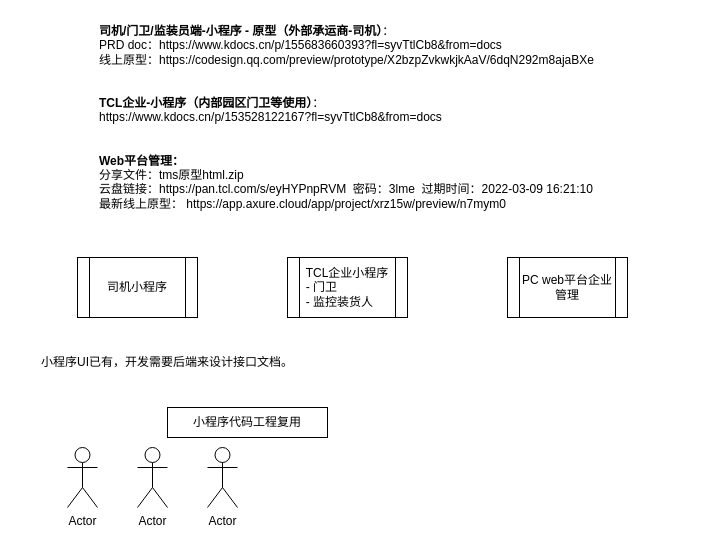
Above: page "触点端" (1 of 11) of TMS.drawio in lawplus/diagrams (draw.io), before the change. Source tidied: cells renumbered, new cells numbered last; positions are measured from the earlier drawing's top-left corner, leaving out a move shared by most shapes. Both pictures are drawn from the tidied source at 100%, with x=0, y=0 at pixel (17, 17).
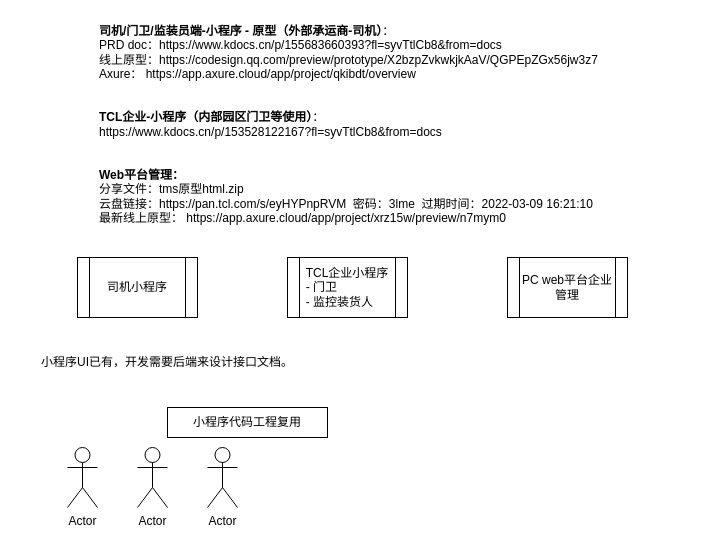
The same diagram, later.

Change to the diagram source:
```diff
@@
 <mxGraphModel>
   <root>
     <mxCell id="0" />
     <mxCell id="1" parent="0" />
-    <mxCell id="2" value="&lt;b&gt;司机/门卫/监装员端-小程序 - 原型（外部承运商-司机）&lt;/b&gt;：&amp;nbsp;&lt;br&gt;PRD doc：https://www.kdocs.cn/p/155683660393?fl=syvTtlCb8&amp;amp;from=docs &lt;br&gt;线上原型：https://codesign.qq.com/preview/prototype/X2bzpZvkwkjkAaV/6dqN292m8ajaBXe&lt;br&gt;&lt;br&gt;&lt;br&gt;&lt;b&gt;TCL企业-小程序（内部园区门卫等使用）&lt;/b&gt;：&lt;br&gt;https://www.kdocs.cn/p/153528122167?fl=syvTtlCb8&amp;amp;from=docs&lt;br&gt;&lt;br&gt;&lt;br&gt;&lt;b&gt;Web平台管理：&lt;/b&gt;&lt;br&gt;&lt;div&gt;分享文件：tms原型html.zip&lt;/div&gt;&lt;div&gt;云盘链接：https://pan.tcl.com/s/eyHYPnpRVM&amp;nbsp; 密码：3lme&amp;nbsp; 过期时间：2022-03-09 16:21:10&lt;/div&gt;&lt;div&gt;最新线上原型：&amp;nbsp;https://app.axure.cloud/app/project/xrz15w/preview/n7mym0&lt;/div&gt;" style="text;whiteSpace=wrap;html=1;" parent="1" vertex="1">
+    <mxCell id="2" value="&lt;b&gt;司机/门卫/监装员端-小程序 - 原型（外部承运商-司机）&lt;/b&gt;：&amp;nbsp;&lt;br&gt;PRD doc：https://www.kdocs.cn/p/155683660393?fl=syvTtlCb8&amp;amp;from=docs &lt;br&gt;线上原型：https://codesign.qq.com/preview/prototype/X2bzpZvkwkjkAaV/QGPEpZGx56jw3z7&lt;br&gt;Axure：&amp;nbsp;https://app.axure.cloud/app/project/qkibdt/overview&lt;br&gt;&lt;br&gt;&lt;br&gt;&lt;b&gt;TCL企业-小程序（内部园区门卫等使用）&lt;/b&gt;：&lt;br&gt;https://www.kdocs.cn/p/153528122167?fl=syvTtlCb8&amp;amp;from=docs&lt;br&gt;&lt;br&gt;&lt;br&gt;&lt;b&gt;Web平台管理：&lt;/b&gt;&lt;br&gt;&lt;div&gt;分享文件：tms原型html.zip&lt;/div&gt;&lt;div&gt;云盘链接：https://pan.tcl.com/s/eyHYPnpRVM&amp;nbsp; 密码：3lme&amp;nbsp; 过期时间：2022-03-09 16:21:10&lt;/div&gt;&lt;div&gt;最新线上原型：&amp;nbsp;https://app.axure.cloud/app/project/xrz15w/preview/n7mym0&lt;/div&gt;" style="text;whiteSpace=wrap;html=1;" parent="1" vertex="1">
       <mxGeometry x="80" width="590" height="200" as="geometry" />
     </mxCell>
     <mxCell id="3" value="司机小程序" style="shape=process;whiteSpace=wrap;html=1;backgroundOutline=1;" parent="1" vertex="1">
       <mxGeometry x="60" y="240" width="120" height="60" as="geometry" />
     </mxCell>
     <mxCell id="4" value="TCL企业小程序&lt;br&gt;&lt;div style=&quot;text-align: left&quot;&gt;&lt;span&gt;- 门卫&lt;/span&gt;&lt;/div&gt;&lt;div style=&quot;text-align: left&quot;&gt;&lt;span&gt;- 监控装货人&lt;/span&gt;&lt;/div&gt;" style="shape=process;whiteSpace=wrap;html=1;backgroundOutline=1;" parent="1" vertex="1">
       <mxGeometry x="270" y="240" width="120" height="60" as="geometry" />
     </mxCell>
     <mxCell id="5" value="小程序代码工程复用" style="rounded=0;whiteSpace=wrap;html=1;" parent="1" vertex="1">
       <mxGeometry x="150" y="390" width="160" height="30" as="geometry" />
     </mxCell>
     <mxCell id="6" value="PC web平台企业管理" style="shape=process;whiteSpace=wrap;html=1;backgroundOutline=1;" parent="1" vertex="1">
       <mxGeometry x="490" y="240" width="120" height="60" as="geometry" />
     </mxCell>
     <mxCell id="7" value="小程序UI已有，开发需要后端来设计接口文档。" style="text;html=1;strokeColor=none;fillColor=none;align=center;verticalAlign=middle;whiteSpace=wrap;rounded=0;" parent="1" vertex="1">
       <mxGeometry y="330" width="300" height="30" as="geometry" />
     </mxCell>
     <mxCell id="8" value="Actor" style="shape=umlActor;verticalLabelPosition=bottom;verticalAlign=top;html=1;" parent="1" vertex="1">
       <mxGeometry x="120" y="430" width="30" height="60" as="geometry" />
     </mxCell>
     <mxCell id="9" value="Actor" style="shape=umlActor;verticalLabelPosition=bottom;verticalAlign=top;html=1;" parent="1" vertex="1">
       <mxGeometry x="50" y="430" width="30" height="60" as="geometry" />
     </mxCell>
     <mxCell id="10" value="Actor" style="shape=umlActor;verticalLabelPosition=bottom;verticalAlign=top;html=1;" parent="1" vertex="1">
       <mxGeometry x="190" y="430" width="30" height="60" as="geometry" />
     </mxCell>
   </root>
 </mxGraphModel>
```
